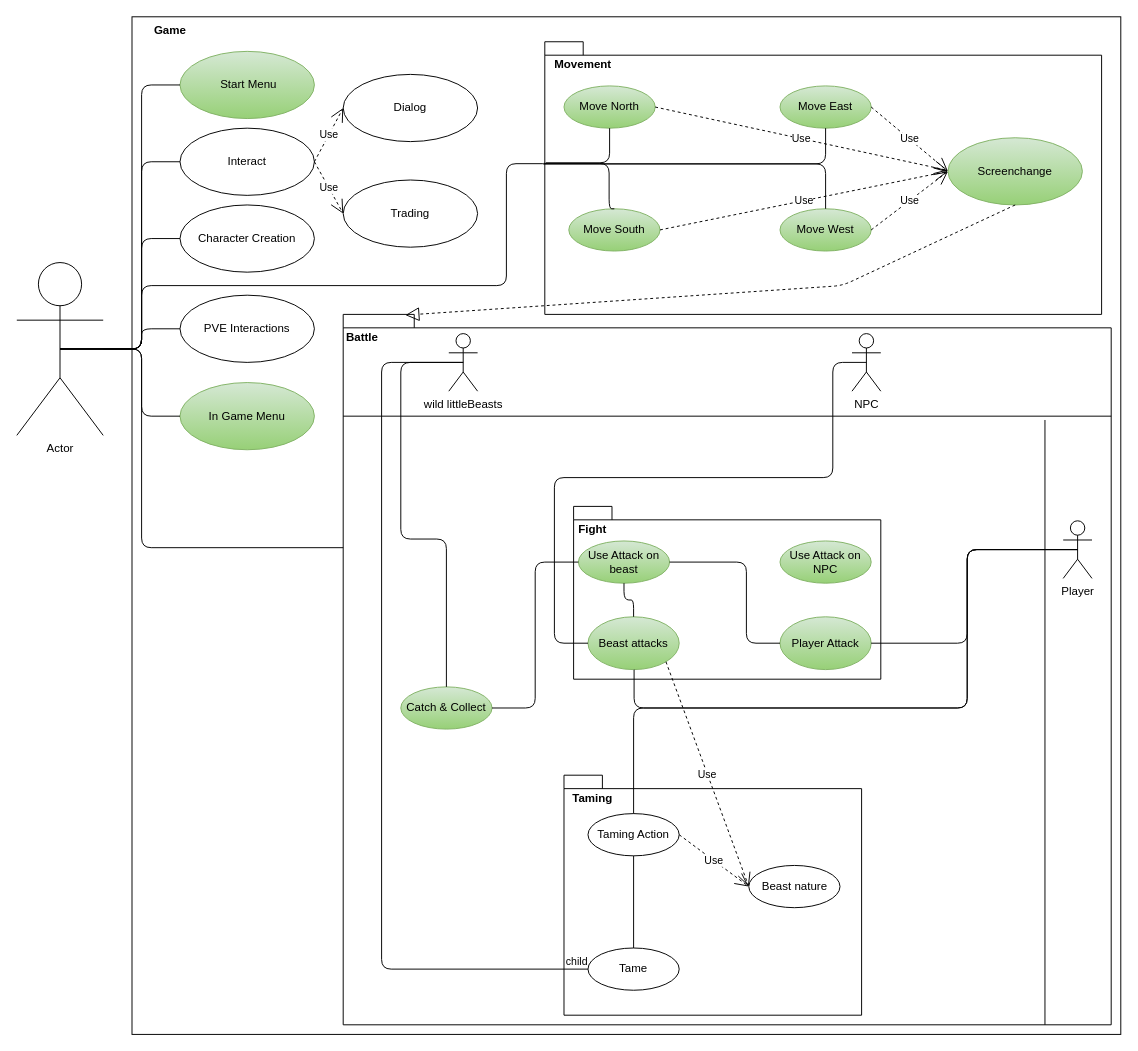
This is useCases/diagrams/use_cases.drawio from LittleBeasts/documentation, a draw.io file, before an edit. Source tidied: cells renumbered, new cells numbered last; positions are measured from the earlier drawing's top-left corner, leaving out a move shared by most shapes. Both pictures are drawn from the tidied source at 96%, with x=0, y=0 at pixel (16, 16).
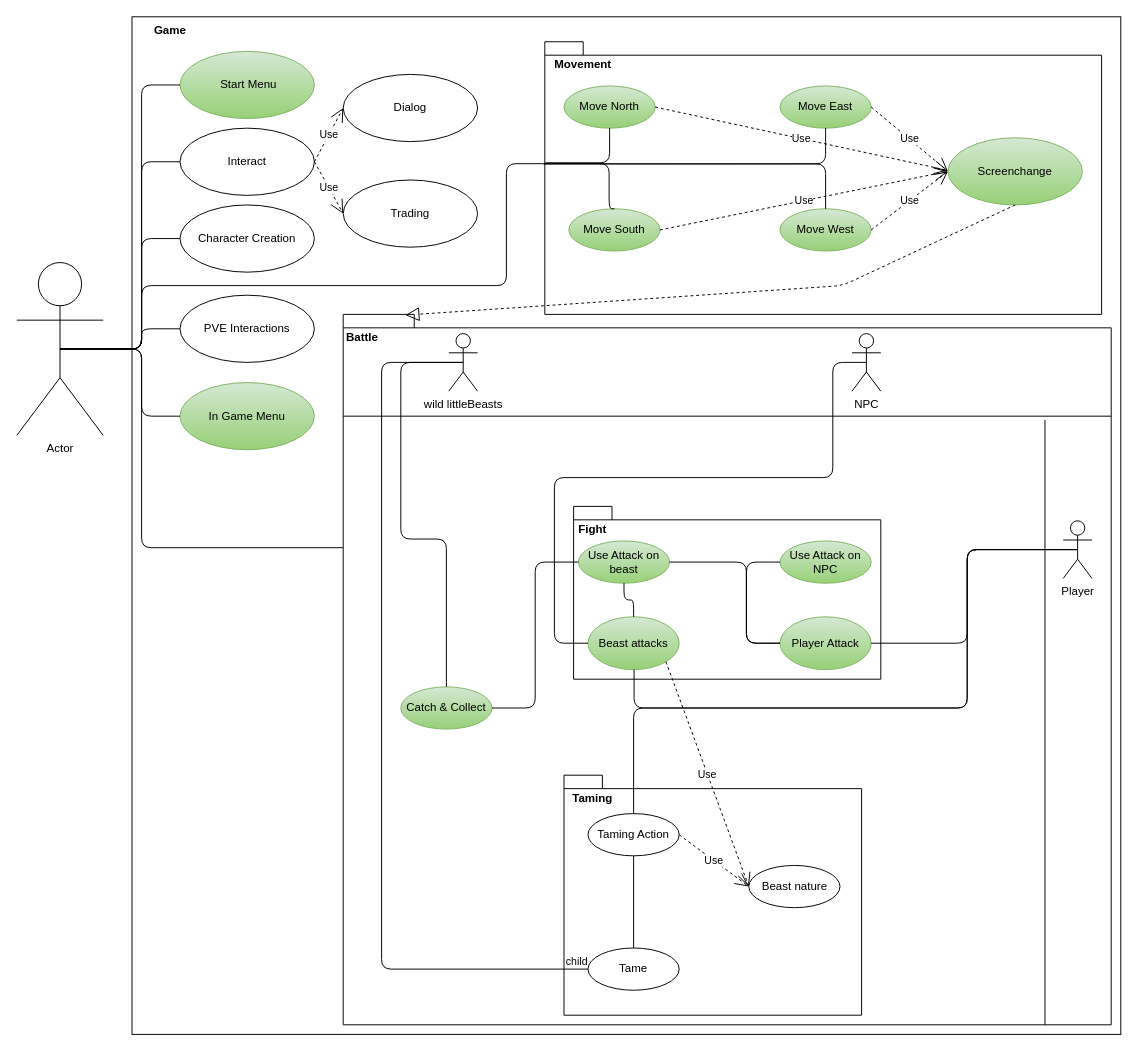
The same diagram, later.

The change refers to these unchanged cells:
```xml
<mxCell id="27" value="Use Attack on NPC" style="ellipse;whiteSpace=wrap;html=1;gradientColor=#97d077;fillColor=#d5e8d4;strokeColor=#82b366;" parent="1" vertex="1">
  <mxGeometry x="795" y="546" width="95" height="44" as="geometry" />
</mxCell>
<mxCell id="29" value="Player Attack" style="ellipse;whiteSpace=wrap;html=1;gradientColor=#97d077;fillColor=#d5e8d4;strokeColor=#82b366;" parent="1" vertex="1">
  <mxGeometry x="795" y="625" width="95" height="55" as="geometry" />
</mxCell>
```

Diff of the diagram source:
```diff
@@
+    <mxCell id="70" style="endArrow=none;html=1;edgeStyle=orthogonalEdgeStyle;exitX=0;exitY=0.5;exitDx=0;exitDy=0;entryX=0;entryY=0.5;entryDx=0;entryDy=0;" parent="1" edge="1" source="29" target="27">
+      <mxGeometry relative="1" as="geometry">
+        <Array as="points">
+          <mxPoint x="760" y="653" />
+          <mxPoint x="760" y="568" />
+        </Array>
+      </mxGeometry>
+    </mxCell>
```
